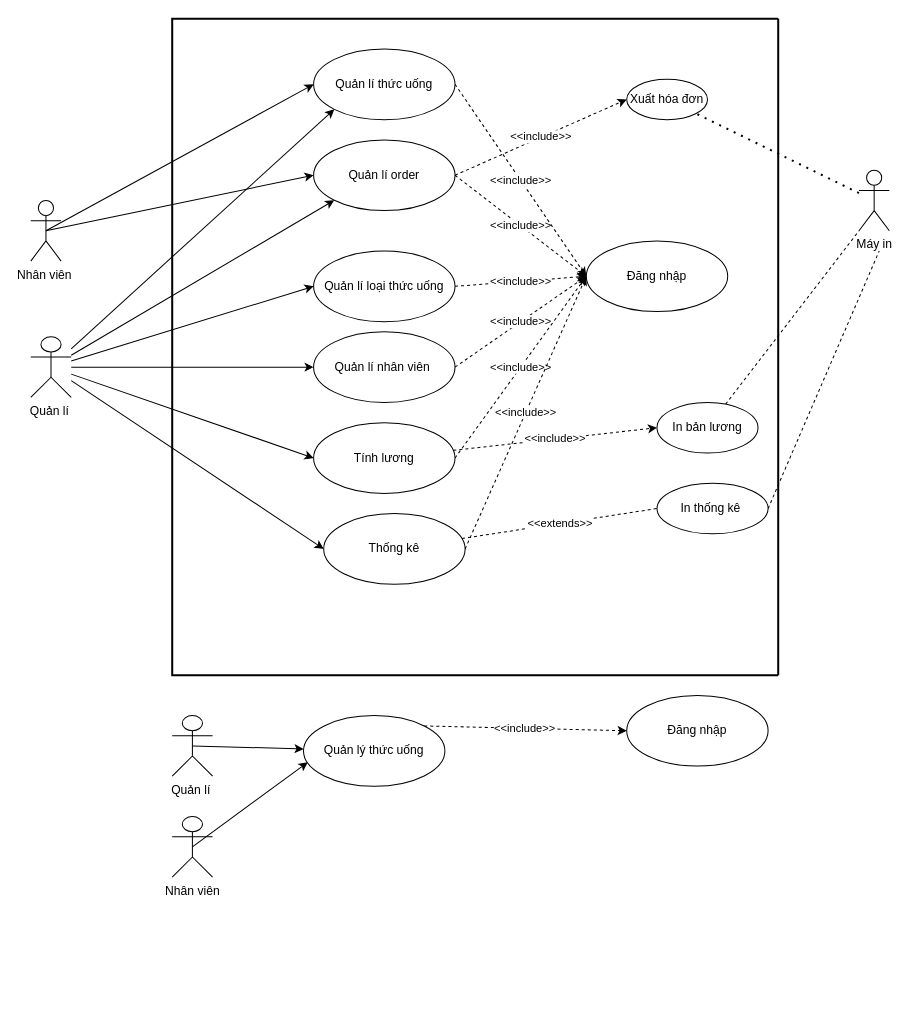
The draw.io diagram Draw.io/usecase tổng.drawio in TruongNguyenYenNhi/PTTK-QL-b-n-h-ng, before the edit. Source tidied: cells renumbered, new cells numbered last; positions are measured from the earlier drawing's top-left corner, leaving out a move shared by most shapes. Both pictures are drawn from the tidied source at 101%, with x=0, y=0 at pixel (30, 18).
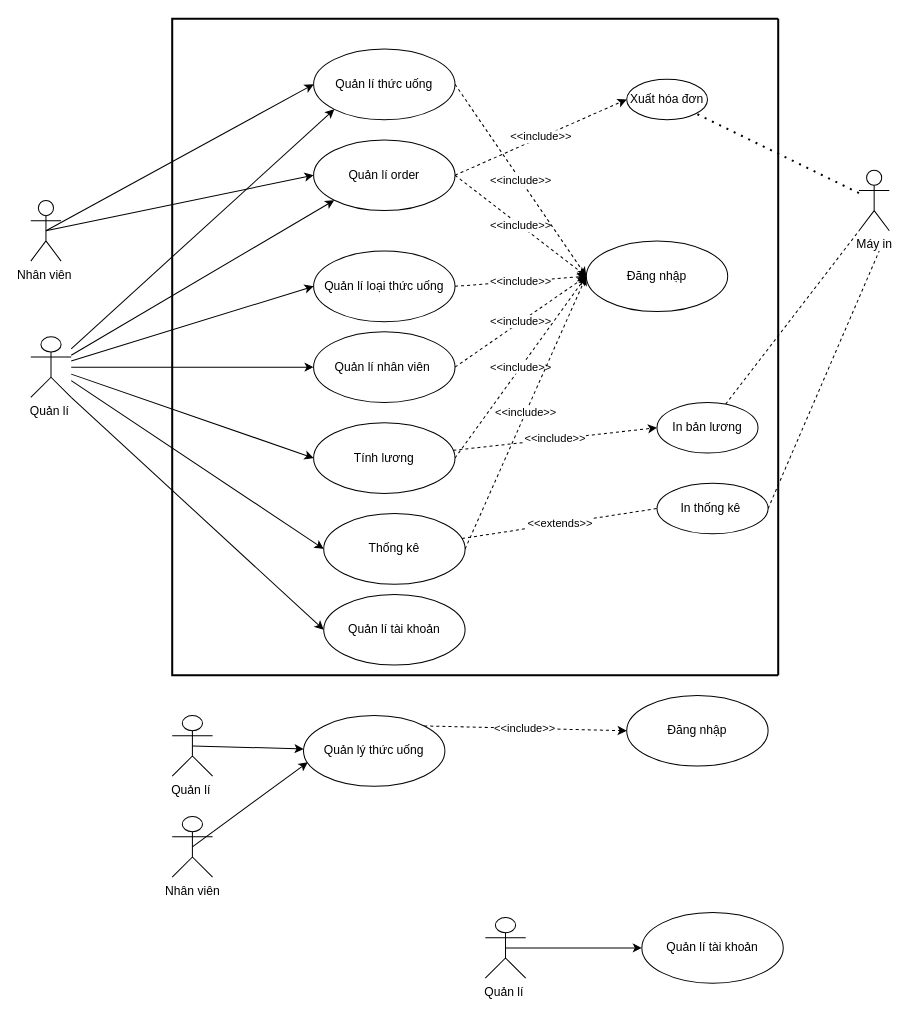
Above is the later version.

Unchanged cells that the change refers to:
```xml
<mxCell id="8" value="Quản lí&amp;nbsp;" style="shape=umlActor;verticalLabelPosition=bottom;verticalAlign=top;html=1;" parent="1" vertex="1">
  <mxGeometry y="315" width="40" height="60" as="geometry" />
</mxCell>
```

Change to the diagram source:
```diff
@@
+    <mxCell id="44" style="rounded=0;jettySize=auto;html=1;exitX=1;exitY=1;exitDx=0;exitDy=0;exitPerimeter=0;entryX=0;entryY=0.5;entryDx=0;entryDy=0;" parent="1" edge="1" source="8" target="45">
+      <mxGeometry relative="1" as="geometry" />
+    </mxCell>
@@
+    <mxCell id="45" value="Quản lí tài khoản" style="ellipse;whiteSpace=wrap;html=1;" parent="1" vertex="1">
+      <mxGeometry x="290" y="570" width="140" height="70" as="geometry" />
+    </mxCell>
+    <mxCell id="46" style="edgeStyle=none;rounded=0;jettySize=auto;html=1;exitX=0.5;exitY=0.5;exitDx=0;exitDy=0;exitPerimeter=0;entryX=0;entryY=0.5;entryDx=0;entryDy=0;" parent="1" edge="1" source="47" target="48">
+      <mxGeometry relative="1" as="geometry" />
+    </mxCell>
+    <mxCell id="47" value="Quản lí&amp;nbsp;" style="shape=umlActor;verticalLabelPosition=bottom;verticalAlign=top;html=1;" parent="1" vertex="1">
+      <mxGeometry x="450" y="890" width="40" height="60" as="geometry" />
+    </mxCell>
+    <mxCell id="48" value="Quản lí tài khoản" style="ellipse;whiteSpace=wrap;html=1;" parent="1" vertex="1">
+      <mxGeometry x="605" y="885" width="140" height="70" as="geometry" />
+    </mxCell>
```
